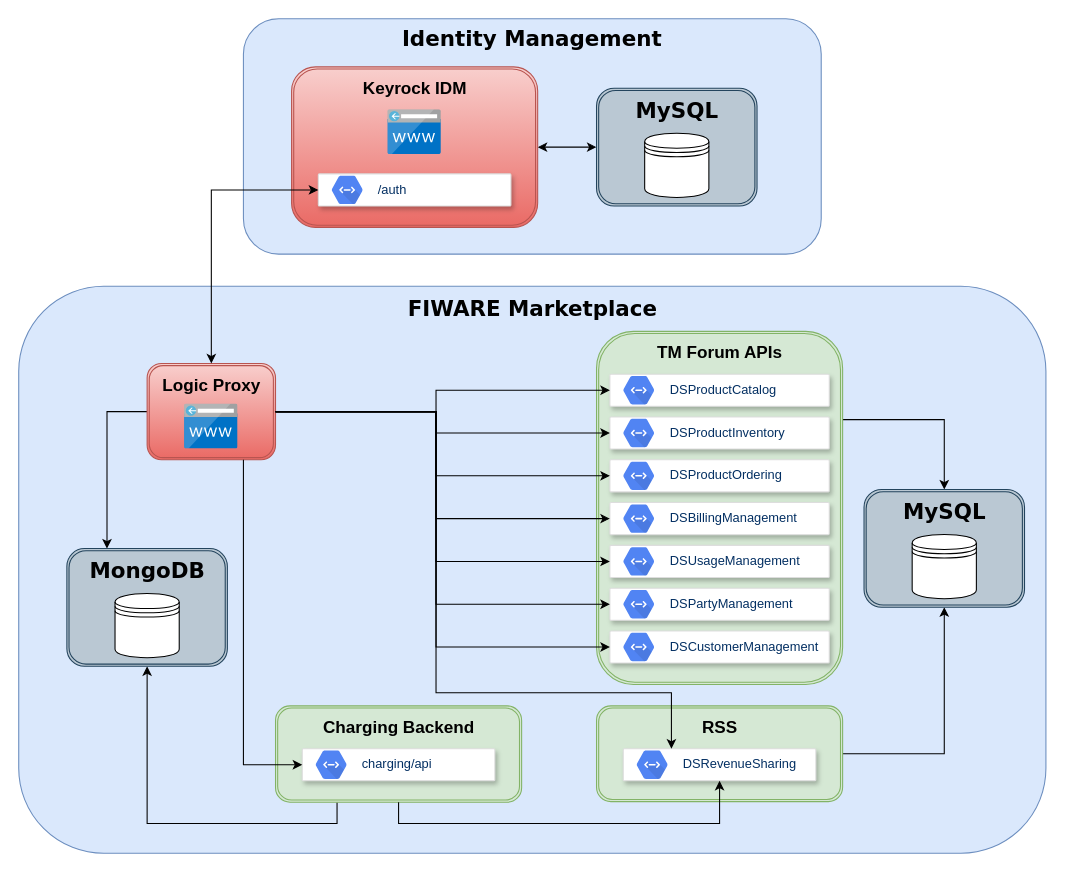
Before: img/FW-Marketplace.drawio in dwendland/ki-marktplatz.arch-poc, a draw.io diagram. Source tidied: cells renumbered, new cells numbered last; positions are measured from the earlier drawing's top-left corner, leaving out a move shared by most shapes. Both pictures are drawn from the tidied source at 107%, with x=0, y=0 at pixel (18, 18).
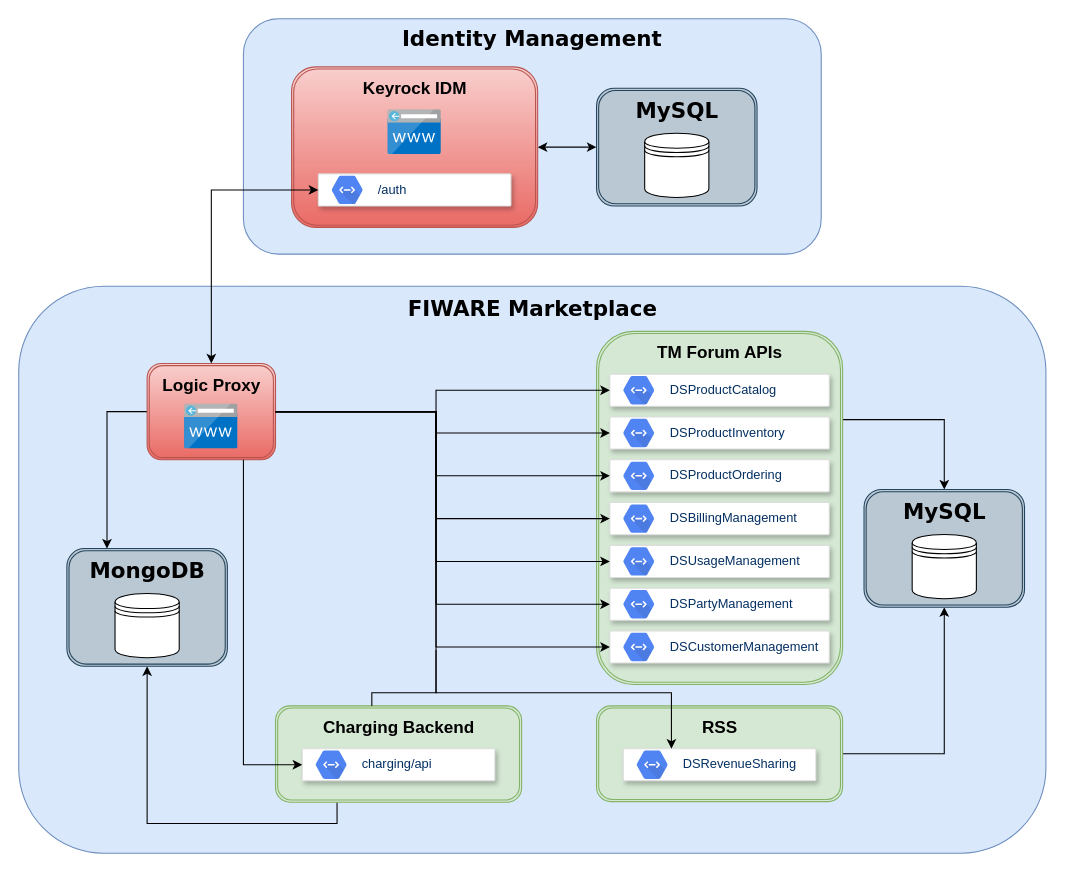
Above is the later version.

Unchanged cells that the change refers to:
```xml
<mxCell id="12" style="shape=ext;double=1;rounded=1;whiteSpace=wrap;html=1;fontFamily=Verdana;fontSize=16;fillColor=#d5e8d4;strokeColor=#82b366;" parent="1" vertex="1">
  <mxGeometry x="240" y="642.2" width="230" height="90" as="geometry" />
</mxCell>
<mxCell id="13" value="Charging Backend" style="text;strokeColor=none;fillColor=none;html=1;fontSize=16;fontStyle=1;verticalAlign=middle;align=center;rounded=0;" parent="1" vertex="1">
  <mxGeometry x="305" y="642.2" width="100" height="40" as="geometry" />
</mxCell>
<mxCell id="25" style="strokeColor=#dddddd;shadow=1;strokeWidth=1;rounded=1;absoluteArcSize=1;arcSize=2;fontFamily=Verdana;fontSize=20;" parent="1" vertex="1">
  <mxGeometry x="565" y="682.2" width="180" height="30" as="geometry" />
</mxCell>
```

The edit, as a diff of the source:
```diff
@@
+    <mxCell id="63" style="edgeStyle=orthogonalEdgeStyle;rounded=0;jettySize=auto;html=1;exitX=0.25;exitY=0;exitDx=0;exitDy=0;startArrow=none;startFill=0;endArrow=none;endFill=0;fontFamily=Verdana;fontSize=20;" parent="1" edge="1" source="13">
+      <mxGeometry relative="1" as="geometry">
+        <mxPoint x="390" y="590" as="targetPoint" />
+        <Array as="points">
+          <mxPoint x="330" y="630" />
+          <mxPoint x="390" y="630" />
+        </Array>
+      </mxGeometry>
+    </mxCell>
@@
-    <mxCell id="53" style="edgeStyle=orthogonalEdgeStyle;rounded=0;jettySize=auto;html=1;exitX=0.5;exitY=1;exitDx=0;exitDy=0;entryX=0.5;entryY=1;entryDx=0;entryDy=0;startArrow=none;startFill=0;endArrow=classic;endFill=1;fontFamily=Verdana;fontSize=20;" parent="1" edge="1" source="12" target="25">
-      <mxGeometry relative="1" as="geometry" />
-    </mxCell>
```
